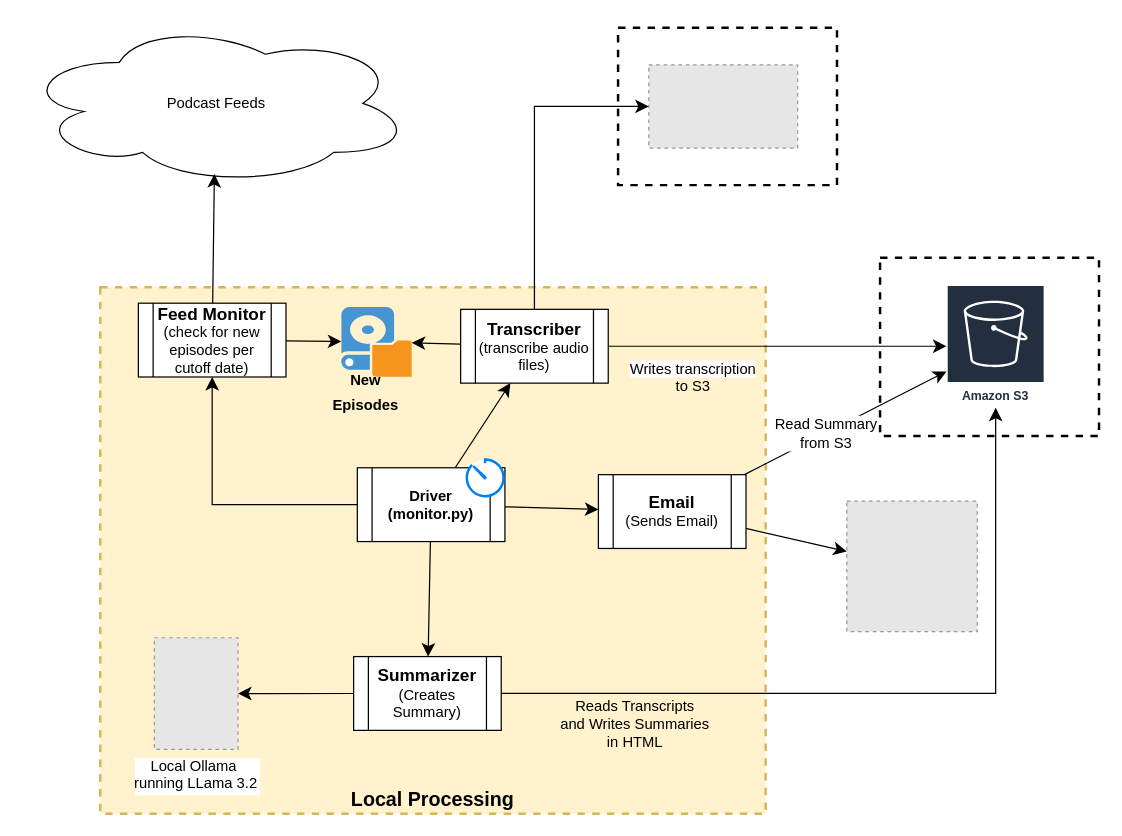
rahulguha/podcast_monitor keeps this draw.io diagram as Architecture/Architecture.drawio. Above is the earlier version. Source tidied: cells renumbered, new cells numbered last; positions are measured from the earlier drawing's top-left corner, leaving out a move shared by most shapes. Both pictures are drawn from the tidied source at 123%, with x=0, y=0 at pixel (21, 21). Pictures stored in the file or linked from it are replaced by grey dashed boxes.
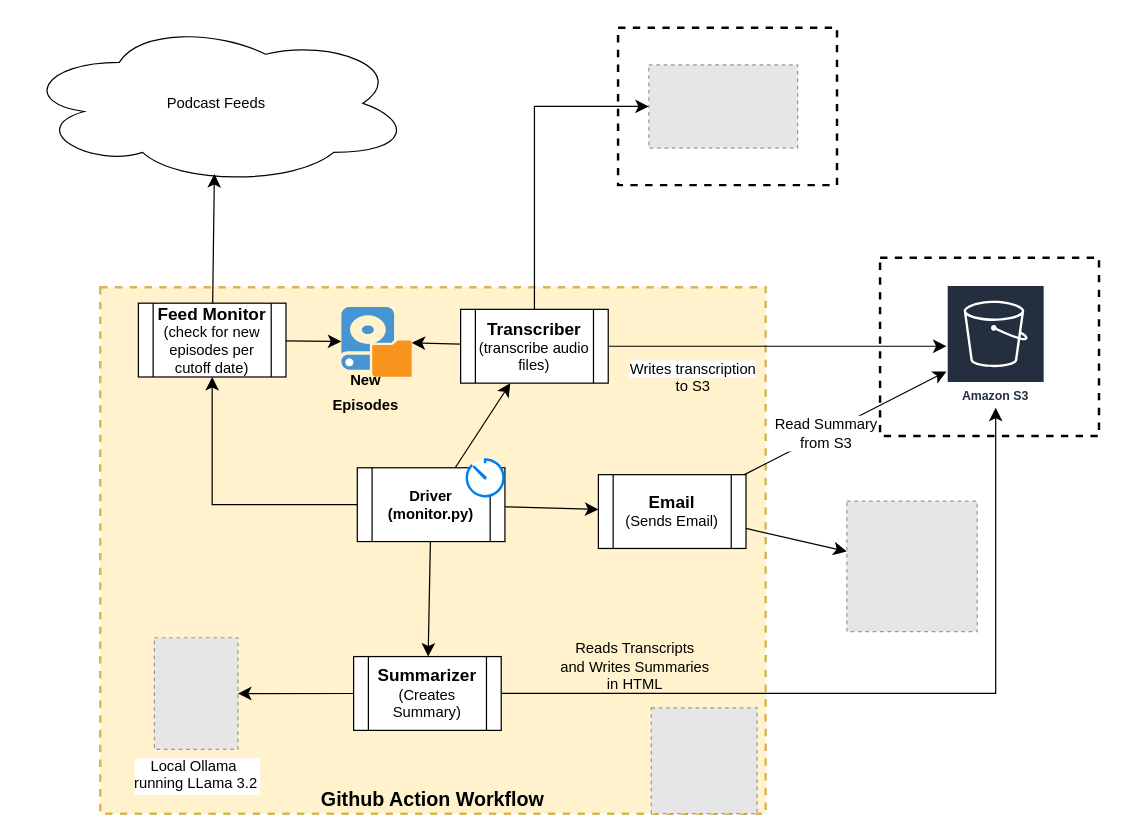
Above is the later version.

Commit message (it also covers changes not shown here):
updated schedule run

What changed in the source:
```diff
@@
-    <mxCell id="2" value="Local Processing" style="rounded=0;whiteSpace=wrap;html=1;dashed=1;strokeWidth=2;fillColor=#fff2cc;strokeColor=#d6b656;verticalAlign=bottom;fontSize=16;fontStyle=1;" parent="1" vertex="1">
+    <mxCell id="2" value="Github Action Workflow" style="rounded=0;whiteSpace=wrap;html=1;dashed=1;strokeWidth=2;fillColor=#fff2cc;strokeColor=#d6b656;verticalAlign=bottom;fontSize=16;fontStyle=1;" parent="1" vertex="1">
       <mxGeometry x="64" y="216" width="541" height="428" as="geometry" />
     </mxCell>
@@
     <mxCell id="36" value="&lt;span style=&quot;font-size: 12px; text-wrap: nowrap;&quot;&gt;Reads Transcripts&lt;/span&gt;&lt;div style=&quot;font-size: 12px; text-wrap: nowrap;&quot;&gt;and Writes Summaries&lt;/div&gt;&lt;div style=&quot;font-size: 12px; text-wrap: nowrap;&quot;&gt;in HTML&lt;/div&gt;" style="text;strokeColor=none;fillColor=none;html=1;align=center;verticalAlign=middle;whiteSpace=wrap;rounded=0;fontSize=16;" parent="1" vertex="1">
-      <mxGeometry x="469" y="554" width="60" height="30" as="geometry" />
+      <mxGeometry x="469" y="507" width="60" height="30" as="geometry" />
     </mxCell>
+    <mxCell id="37" style="fillColor=#E6E6E6;strokeColor=#999999;dashed=1;verticalLabelPosition=bottom;labelBackgroundColor=default;verticalAlign=top;" parent="1" vertex="1">
+      <mxGeometry x="512" y="558" width="86" height="86" as="geometry" />
+    </mxCell>
```
